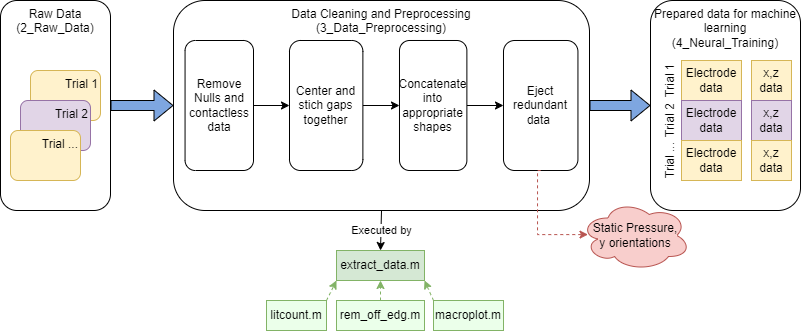
Earlier version of the draw.io export imgs/data_processing.png (Alexis-Georganopoulos/Robotic-Finger). Source tidied: cells renumbered, new cells last; positions are measured from the earlier drawing's top-left corner, leaving out a move shared by most shapes. The source it was exported from:
```xml
<mxGraphModel>
  <root>
    <mxCell id="0" />
    <mxCell id="1" parent="0" />
    <mxCell id="2" style="group;" parent="1" vertex="1">
      <mxGeometry x="173" width="460" height="330" as="geometry" />
    </mxCell>
    <mxCell id="3" value="Data Cleaning and Preprocessing&lt;div&gt;(3_Data_Preprocessing)&lt;/div&gt;" style="rounded=1;whiteSpace=wrap;html=1;verticalAlign=top;" parent="2" vertex="1">
      <mxGeometry width="416" height="210" as="geometry" />
    </mxCell>
    <mxCell id="4" style="edgeStyle=orthogonalEdgeStyle;rounded=0;jettySize=auto;html=1;exitX=1;exitY=0.5;exitDx=0;exitDy=0;entryX=0;entryY=0.5;entryDx=0;entryDy=0;" parent="2" edge="1" source="5" target="7">
      <mxGeometry relative="1" as="geometry" />
    </mxCell>
    <mxCell id="5" value="Remove Nulls and contactless data" style="rounded=1;whiteSpace=wrap;html=1;" parent="2" vertex="1">
      <mxGeometry x="11.6" y="40" width="68.4" height="130" as="geometry" />
    </mxCell>
    <mxCell id="6" style="edgeStyle=orthogonalEdgeStyle;rounded=0;jettySize=auto;html=1;exitX=1;exitY=0.5;exitDx=0;exitDy=0;entryX=0;entryY=0.5;entryDx=0;entryDy=0;" parent="2" edge="1" source="7" target="9">
      <mxGeometry relative="1" as="geometry" />
    </mxCell>
    <mxCell id="7" value="Center and stich gaps together" style="rounded=1;whiteSpace=wrap;html=1;" parent="2" vertex="1">
      <mxGeometry x="116" y="40" width="73.4" height="130" as="geometry" />
    </mxCell>
    <mxCell id="8" style="edgeStyle=orthogonalEdgeStyle;rounded=0;jettySize=auto;html=1;exitX=1;exitY=0.5;exitDx=0;exitDy=0;entryX=0;entryY=0.5;entryDx=0;entryDy=0;" parent="2" edge="1" source="9" target="10">
      <mxGeometry relative="1" as="geometry" />
    </mxCell>
    <mxCell id="9" value="Concatenate into appropriate shapes" style="rounded=1;whiteSpace=wrap;html=1;" parent="2" vertex="1">
      <mxGeometry x="226" y="40" width="67.4" height="130" as="geometry" />
    </mxCell>
    <mxCell id="10" value="Eject redundant data&amp;nbsp;" style="rounded=1;whiteSpace=wrap;html=1;" parent="2" vertex="1">
      <mxGeometry x="330" y="40" width="74.4" height="130" as="geometry" />
    </mxCell>
    <mxCell id="11" style="group;" parent="2" vertex="1">
      <mxGeometry x="93" y="250" width="230" height="80" as="geometry" />
    </mxCell>
    <mxCell id="12" style="rounded=0;jettySize=auto;html=1;exitX=1;exitY=0;exitDx=0;exitDy=0;entryX=0;entryY=1;entryDx=0;entryDy=0;fillColor=#d5e8d4;strokeColor=#82b366;dashed=1;" parent="11" edge="1" source="13" target="18">
      <mxGeometry relative="1" as="geometry" />
    </mxCell>
    <mxCell id="13" value="litcount.m" style="rounded=0;whiteSpace=wrap;html=1;fillColor=#EBFFEA;strokeColor=#82b366;" parent="11" vertex="1">
      <mxGeometry y="50" width="60" height="30" as="geometry" />
    </mxCell>
    <mxCell id="14" style="rounded=0;jettySize=auto;html=1;exitX=0;exitY=0;exitDx=0;exitDy=0;entryX=1;entryY=1;entryDx=0;entryDy=0;dashed=1;fillColor=#d5e8d4;strokeColor=#82b366;" parent="11" edge="1" source="15" target="18">
      <mxGeometry relative="1" as="geometry" />
    </mxCell>
    <mxCell id="15" value="macroplot.m" style="rounded=0;whiteSpace=wrap;html=1;fillColor=#EBFFEA;strokeColor=#82b366;" parent="11" vertex="1">
      <mxGeometry x="167" y="50" width="70" height="30" as="geometry" />
    </mxCell>
    <mxCell id="16" style="rounded=0;jettySize=auto;html=1;exitX=0.5;exitY=0;exitDx=0;exitDy=0;entryX=0.5;entryY=1;entryDx=0;entryDy=0;fillColor=#d5e8d4;strokeColor=#82b366;dashed=1;" parent="11" edge="1" source="17" target="18">
      <mxGeometry relative="1" as="geometry" />
    </mxCell>
    <mxCell id="17" value="rem_off_edg.m" style="rounded=0;whiteSpace=wrap;html=1;fillColor=#EBFFEA;strokeColor=#82b366;" parent="11" vertex="1">
      <mxGeometry x="70" y="50" width="88" height="30" as="geometry" />
    </mxCell>
    <mxCell id="18" value="extract_data.m" style="rounded=0;whiteSpace=wrap;html=1;fillColor=#d5e8d4;strokeColor=#82b366;fontStyle=0;" parent="11" vertex="1">
      <mxGeometry x="70" width="88" height="30" as="geometry" />
    </mxCell>
    <mxCell id="19" style="endArrow=classic;html=1;rounded=0;exitX=0.5;exitY=1;exitDx=0;exitDy=0;entryX=0.5;entryY=0;entryDx=0;entryDy=0;" parent="2" edge="1" source="3" target="18">
      <mxGeometry relative="1" as="geometry" />
    </mxCell>
    <mxCell id="20" value="Executed by" style="edgeLabel;html=1;align=center;verticalAlign=middle;" parent="19" vertex="1">
      <mxGeometry relative="1" as="geometry" />
    </mxCell>
    <mxCell id="21" style="shape=flexArrow;endArrow=classic;html=1;rounded=0;labelBackgroundColor=#FFFFFF;fillColor=#7EA6E0;entryX=0;entryY=0.5;entryDx=0;entryDy=0;" parent="1" edge="1" source="23" target="3">
      <mxGeometry relative="1" as="geometry" />
    </mxCell>
    <mxCell id="22" style="group;" parent="1" vertex="1">
      <mxGeometry width="110" height="210" as="geometry" />
    </mxCell>
    <mxCell id="23" value="Raw Data&lt;div&gt;(2_Raw_Data&lt;span style=&quot;background-color: initial;&quot;&gt;)&lt;/span&gt;&lt;/div&gt;" style="rounded=1;whiteSpace=wrap;html=1;labelPosition=center;verticalLabelPosition=middle;align=center;verticalAlign=top;" parent="22" vertex="1">
      <mxGeometry width="110" height="210" as="geometry" />
    </mxCell>
    <mxCell id="24" value="Trial 1" style="rounded=1;whiteSpace=wrap;html=1;fillColor=#fff2cc;strokeColor=#d6b656;verticalAlign=top;align=right;" parent="22" vertex="1">
      <mxGeometry x="30" y="70" width="70" height="50" as="geometry" />
    </mxCell>
    <mxCell id="25" value="Trial 2" style="rounded=1;whiteSpace=wrap;html=1;fillColor=#e1d5e7;strokeColor=#9673a6;verticalAlign=top;align=right;" parent="22" vertex="1">
      <mxGeometry x="20" y="100" width="70" height="50" as="geometry" />
    </mxCell>
    <mxCell id="26" value="Trial ..." style="rounded=1;whiteSpace=wrap;html=1;fillColor=#fff2cc;strokeColor=#d6b656;verticalAlign=top;align=right;" parent="22" vertex="1">
      <mxGeometry x="10" y="130" width="70" height="50" as="geometry" />
    </mxCell>
    <mxCell id="27" style="group;" parent="1" vertex="1">
      <mxGeometry x="650" width="150" height="210" as="geometry" />
    </mxCell>
    <mxCell id="28" value="Prepared data for machine learning&lt;div&gt;(4_Neural_Training)&lt;/div&gt;" style="rounded=1;whiteSpace=wrap;html=1;labelPosition=center;verticalLabelPosition=middle;align=center;verticalAlign=top;" parent="27" vertex="1">
      <mxGeometry width="150" height="210" as="geometry" />
    </mxCell>
    <mxCell id="29" style="group;" parent="27" vertex="1">
      <mxGeometry y="60" width="141" height="140" as="geometry" />
    </mxCell>
    <mxCell id="30" style="group;" parent="29" vertex="1">
      <mxGeometry width="141" height="60" as="geometry" />
    </mxCell>
    <mxCell id="31" style="group;" parent="30" vertex="1">
      <mxGeometry x="31" width="110" height="60" as="geometry" />
    </mxCell>
    <mxCell id="32" value="Electrode&lt;div&gt;data&lt;/div&gt;" style="rounded=0;whiteSpace=wrap;html=1;fillColor=#fff2cc;strokeColor=#d6b656;" parent="31" vertex="1">
      <mxGeometry width="60" height="40" as="geometry" />
    </mxCell>
    <mxCell id="33" value="x,z&lt;div&gt;data&lt;/div&gt;" style="rounded=0;whiteSpace=wrap;html=1;fillColor=#fff2cc;strokeColor=#d6b656;" parent="31" vertex="1">
      <mxGeometry x="70" width="40" height="40" as="geometry" />
    </mxCell>
    <mxCell id="34" value="Trial 1" style="text;html=1;align=center;verticalAlign=middle;whiteSpace=wrap;rounded=0;rotation=270;" parent="30" vertex="1">
      <mxGeometry x="-10" y="5" width="60" height="30" as="geometry" />
    </mxCell>
    <mxCell id="35" style="group;" parent="29" vertex="1">
      <mxGeometry y="40" width="141" height="100" as="geometry" />
    </mxCell>
    <mxCell id="36" style="group;" parent="35" vertex="1">
      <mxGeometry x="31" width="110" height="100" as="geometry" />
    </mxCell>
    <mxCell id="37" value="Electrode&lt;div&gt;data&lt;/div&gt;" style="rounded=0;whiteSpace=wrap;html=1;fillColor=#e1d5e7;strokeColor=#9673a6;" parent="36" vertex="1">
      <mxGeometry width="60" height="40" as="geometry" />
    </mxCell>
    <mxCell id="38" value="x,z&lt;div&gt;data&lt;/div&gt;" style="rounded=0;whiteSpace=wrap;html=1;fillColor=#e1d5e7;strokeColor=#9673a6;" parent="36" vertex="1">
      <mxGeometry x="70" width="40" height="40" as="geometry" />
    </mxCell>
    <mxCell id="39" style="group;" parent="36" vertex="1">
      <mxGeometry x="-31" y="40" width="141" height="60" as="geometry" />
    </mxCell>
    <mxCell id="40" style="group;" parent="39" vertex="1">
      <mxGeometry x="31" width="110" height="60" as="geometry" />
    </mxCell>
    <mxCell id="41" value="Electrode&lt;div&gt;data&lt;/div&gt;" style="rounded=0;whiteSpace=wrap;html=1;fillColor=#fff2cc;strokeColor=#d6b656;" parent="40" vertex="1">
      <mxGeometry width="60" height="40" as="geometry" />
    </mxCell>
    <mxCell id="42" value="x,z&lt;div&gt;data&lt;/div&gt;" style="rounded=0;whiteSpace=wrap;html=1;fillColor=#fff2cc;strokeColor=#d6b656;" parent="40" vertex="1">
      <mxGeometry x="70" width="40" height="40" as="geometry" />
    </mxCell>
    <mxCell id="43" value="Trial ..." style="text;html=1;align=center;verticalAlign=middle;whiteSpace=wrap;rounded=0;rotation=270;" parent="39" vertex="1">
      <mxGeometry x="-10" y="5" width="60" height="30" as="geometry" />
    </mxCell>
    <mxCell id="44" value="Trial 2" style="text;html=1;align=center;verticalAlign=middle;whiteSpace=wrap;rounded=0;rotation=270;" parent="35" vertex="1">
      <mxGeometry x="-10" y="5" width="60" height="30" as="geometry" />
    </mxCell>
    <mxCell id="45" style="shape=flexArrow;endArrow=classic;html=1;rounded=0;labelBackgroundColor=#FFFFFF;fillColor=#7EA6E0;exitX=1;exitY=0.5;exitDx=0;exitDy=0;entryX=0;entryY=0.5;entryDx=0;entryDy=0;" parent="1" edge="1" source="3" target="28">
      <mxGeometry relative="1" as="geometry" />
    </mxCell>
    <mxCell id="46" value="Static Pressure,&lt;div&gt;y orientations&lt;/div&gt;" style="ellipse;shape=cloud;whiteSpace=wrap;html=1;fillColor=#f8cecc;strokeColor=#b85450;" parent="1" vertex="1">
      <mxGeometry x="580" y="200" width="110" height="70" as="geometry" />
    </mxCell>
    <mxCell id="47" style="rounded=0;jettySize=auto;html=1;exitX=0.5;exitY=1;exitDx=0;exitDy=0;entryX=0.068;entryY=0.487;entryDx=0;entryDy=0;entryPerimeter=0;fillColor=#f8cecc;strokeColor=#b85450;dashed=1;edgeStyle=orthogonalEdgeStyle;" parent="1" edge="1" source="10" target="46">
      <mxGeometry relative="1" as="geometry">
        <Array as="points">
          <mxPoint x="537" y="234" />
        </Array>
      </mxGeometry>
    </mxCell>
  </root>
</mxGraphModel>
```
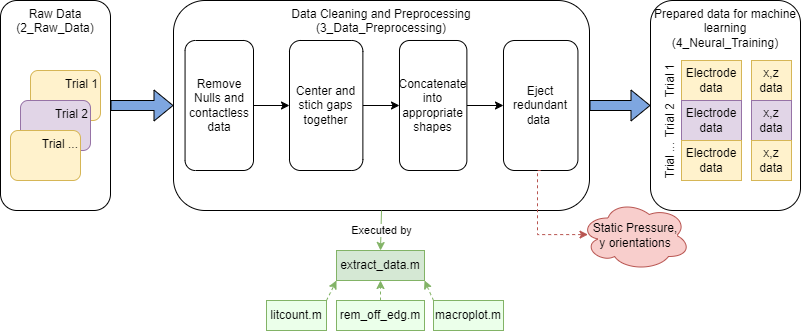
After the commit.

What changed in the source:
```diff
@@ -53,7 +53,7 @@
     <mxCell id="18" value="extract_data.m" style="rounded=0;whiteSpace=wrap;html=1;fillColor=#d5e8d4;strokeColor=#82b366;fontStyle=0;" parent="11" vertex="1">
       <mxGeometry x="70" width="88" height="30" as="geometry" />
     </mxCell>
-    <mxCell id="19" style="endArrow=classic;html=1;rounded=0;exitX=0.5;exitY=1;exitDx=0;exitDy=0;entryX=0.5;entryY=0;entryDx=0;entryDy=0;" parent="2" edge="1" source="3" target="18">
+    <mxCell id="19" style="endArrow=classic;html=1;rounded=0;exitX=0.5;exitY=1;exitDx=0;exitDy=0;entryX=0.5;entryY=0;entryDx=0;entryDy=0;fillColor=#d5e8d4;strokeColor=#82b366;" parent="2" edge="1" source="3" target="18">
       <mxGeometry relative="1" as="geometry" />
     </mxCell>
     <mxCell id="20" value="Executed by" style="edgeLabel;html=1;align=center;verticalAlign=middle;" parent="19" vertex="1">
```
